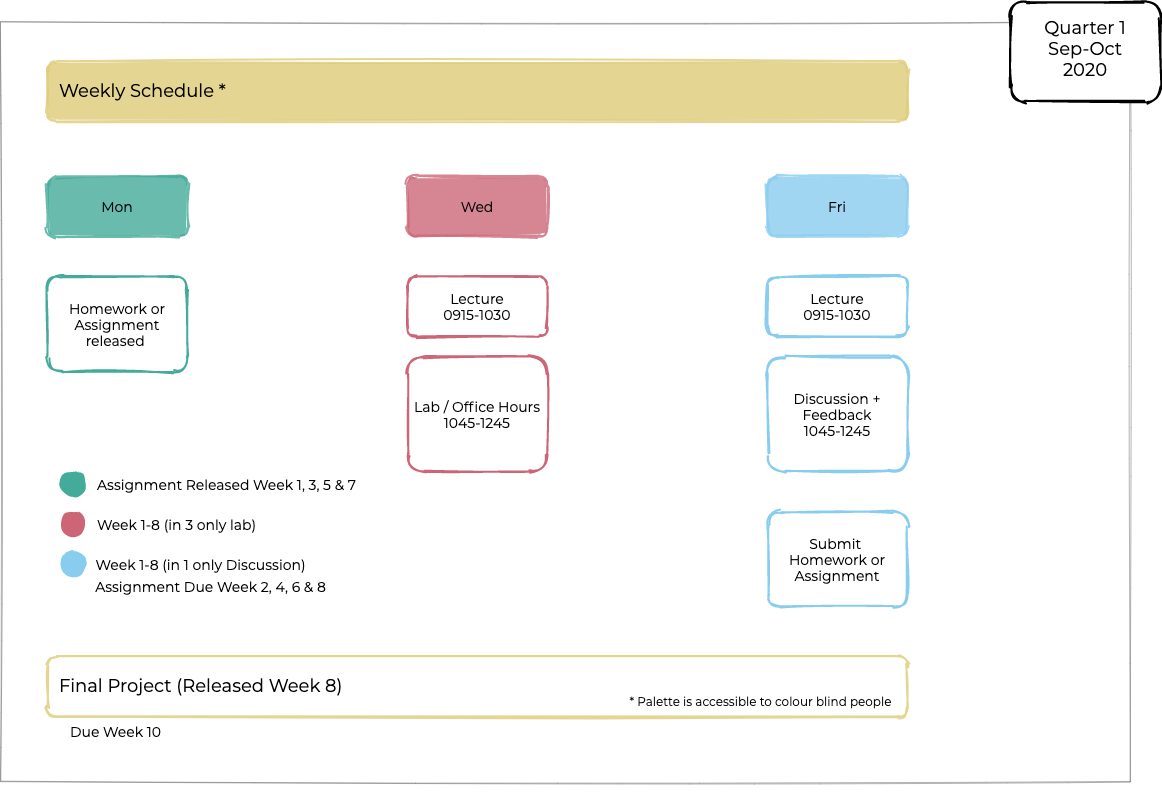
Above: content/courses/epa1316-2020/resources/schedule.png in trivikverma/researchgroup (draw.io), before the change. Source tidied: cells renumbered, new cells last; positions are measured from the earlier drawing's top-left corner, leaving out a move shared by most shapes.
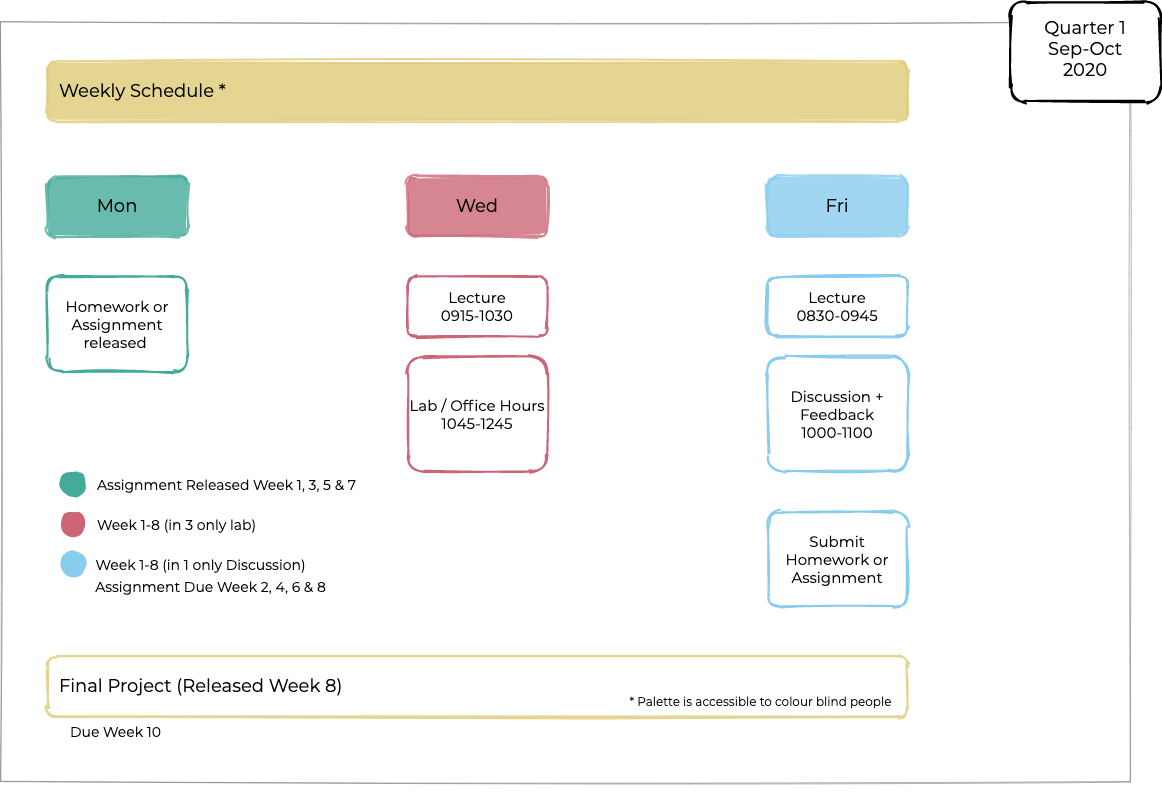
The same file after the commit.

The edit, as a diff of the source:
```diff
@@ -5,34 +5,34 @@
     <mxCell id="2" style="rounded=0;whiteSpace=wrap;html=1;shadow=0;glass=0;labelBackgroundColor=none;sketch=1;strokeWidth=1;fillColor=none;gradientColor=none;fontFamily=Montserrat;fontSize=14;fontColor=#000000;align=center;strokeColor=#666666;opacity=50;" parent="1" vertex="1">
       <mxGeometry y="20" width="1130" height="760" as="geometry" />
     </mxCell>
-    <mxCell id="3" value="Mon" style="rounded=1;whiteSpace=wrap;html=1;strokeWidth=2;fillWeight=4;hachureGap=8;hachureAngle=45;sketch=1;fontSize=14;shadow=0;glass=0;fillStyle=solid;opacity=80;strokeColor=#44AA99;fillColor=#44AA99;fontFamily=Montserrat;FType=g;" parent="1" vertex="1">
+    <mxCell id="3" value="Mon" style="rounded=1;whiteSpace=wrap;html=1;strokeWidth=2;fillWeight=4;hachureGap=8;hachureAngle=45;sketch=1;fontSize=18;shadow=0;glass=0;fillStyle=solid;opacity=80;strokeColor=#44AA99;fillColor=#44AA99;fontFamily=Montserrat;FType=g;" parent="1" vertex="1">
       <mxGeometry x="47" y="175" width="140" height="60" as="geometry" />
     </mxCell>
-    <mxCell id="4" value="Wed" style="rounded=1;whiteSpace=wrap;html=1;strokeWidth=2;fillWeight=4;hachureGap=8;hachureAngle=45;sketch=1;fontSize=14;fillStyle=solid;opacity=80;strokeColor=#CC6677;fillColor=#CC6677;fontFamily=Montserrat;FType=g;" parent="1" vertex="1">
+    <mxCell id="4" value="Wed" style="rounded=1;whiteSpace=wrap;html=1;strokeWidth=2;fillWeight=4;hachureGap=8;hachureAngle=45;sketch=1;fontSize=18;fillStyle=solid;opacity=80;strokeColor=#CC6677;fillColor=#CC6677;fontFamily=Montserrat;FType=g;" parent="1" vertex="1">
       <mxGeometry x="407" y="175" width="140" height="60" as="geometry" />
     </mxCell>
-    <mxCell id="5" value="Lab / Office Hours&lt;br style=&quot;font-size: 14px;&quot;&gt;1045-1245" style="rounded=1;whiteSpace=wrap;html=1;strokeWidth=2;fillWeight=4;hachureGap=8;hachureAngle=45;sketch=1;fontSize=14;fillStyle=solid;strokeColor=#CC6677;fontFamily=Montserrat;FType=g;fillColor=none;" parent="1" vertex="1">
+    <mxCell id="5" value="Lab / Office Hours&lt;br style=&quot;font-size: 15px;&quot;&gt;1045-1245" style="rounded=1;whiteSpace=wrap;html=1;strokeWidth=2;fillWeight=4;hachureGap=8;hachureAngle=45;sketch=1;fontSize=15;fillStyle=solid;strokeColor=#CC6677;fontFamily=Montserrat;FType=g;fillColor=none;" parent="1" vertex="1">
       <mxGeometry x="407" y="355" width="140" height="115" as="geometry" />
     </mxCell>
-    <mxCell id="6" value="Homework or Assignment released&amp;nbsp;" style="rounded=1;whiteSpace=wrap;html=1;strokeWidth=2;fillWeight=4;hachureGap=8;hachureAngle=45;sketch=1;fontSize=14;fillColor=none;strokeColor=#44AA99;fontFamily=Montserrat;FType=g;" parent="1" vertex="1">
+    <mxCell id="6" value="Homework or Assignment released&amp;nbsp;" style="rounded=1;whiteSpace=wrap;html=1;strokeWidth=2;fillWeight=4;hachureGap=8;hachureAngle=45;sketch=1;fontSize=15;fillColor=none;strokeColor=#44AA99;fontFamily=Montserrat;FType=g;" parent="1" vertex="1">
       <mxGeometry x="47" y="275" width="140" height="95" as="geometry" />
     </mxCell>
-    <mxCell id="7" value="Lecture&lt;br style=&quot;font-size: 14px;&quot;&gt;0915-1030" style="rounded=1;whiteSpace=wrap;html=1;strokeWidth=2;fillWeight=4;hachureGap=8;hachureAngle=45;sketch=1;fontSize=14;fillColor=none;strokeColor=#88CCEE;fontFamily=Montserrat;FType=g;" parent="1" vertex="1">
+    <mxCell id="7" value="Lecture&lt;br style=&quot;font-size: 15px;&quot;&gt;0830-0945" style="rounded=1;whiteSpace=wrap;html=1;strokeWidth=2;fillWeight=4;hachureGap=8;hachureAngle=45;sketch=1;fontSize=15;fillColor=none;strokeColor=#88CCEE;fontFamily=Montserrat;FType=g;" parent="1" vertex="1">
       <mxGeometry x="767" y="275" width="140" height="60" as="geometry" />
     </mxCell>
-    <mxCell id="8" value="Fri" style="rounded=1;whiteSpace=wrap;html=1;strokeWidth=2;fillWeight=4;hachureGap=8;hachureAngle=45;sketch=1;fontSize=14;fillStyle=solid;opacity=80;strokeColor=#88CCEE;fillColor=#88CCEE;fontFamily=Montserrat;FType=g;" parent="1" vertex="1">
+    <mxCell id="8" value="Fri" style="rounded=1;whiteSpace=wrap;html=1;strokeWidth=2;fillWeight=4;hachureGap=8;hachureAngle=45;sketch=1;fontSize=18;fillStyle=solid;opacity=80;strokeColor=#88CCEE;fillColor=#88CCEE;fontFamily=Montserrat;FType=g;" parent="1" vertex="1">
       <mxGeometry x="767" y="175" width="140" height="60" as="geometry" />
     </mxCell>
-    <mxCell id="9" value="Lecture&lt;br style=&quot;font-size: 14px;&quot;&gt;0915-1030" style="rounded=1;whiteSpace=wrap;html=1;strokeWidth=2;fillWeight=4;hachureGap=8;hachureAngle=45;sketch=1;fontSize=14;fillStyle=solid;strokeColor=#CC6677;fontFamily=Montserrat;FType=g;fillColor=none;" parent="1" vertex="1">
+    <mxCell id="9" value="Lecture&lt;br style=&quot;font-size: 15px;&quot;&gt;0915-1030" style="rounded=1;whiteSpace=wrap;html=1;strokeWidth=2;fillWeight=4;hachureGap=8;hachureAngle=45;sketch=1;fontSize=15;fillStyle=solid;strokeColor=#CC6677;fontFamily=Montserrat;FType=g;fillColor=none;" parent="1" vertex="1">
       <mxGeometry x="407" y="275" width="140" height="60" as="geometry" />
     </mxCell>
-    <mxCell id="10" value="Discussion + Feedback&lt;br style=&quot;font-size: 14px;&quot;&gt;1045-1245" style="rounded=1;whiteSpace=wrap;html=1;strokeWidth=2;fillWeight=4;hachureGap=8;hachureAngle=45;sketch=1;fontSize=14;fillStyle=solid;fillColor=none;strokeColor=#88CCEE;fontFamily=Montserrat;FType=g;" parent="1" vertex="1">
+    <mxCell id="10" value="Discussion + Feedback&lt;br style=&quot;font-size: 15px;&quot;&gt;1000-1100" style="rounded=1;whiteSpace=wrap;html=1;strokeWidth=2;fillWeight=4;hachureGap=8;hachureAngle=45;sketch=1;fontSize=15;fillStyle=solid;fillColor=none;strokeColor=#88CCEE;fontFamily=Montserrat;FType=g;" parent="1" vertex="1">
       <mxGeometry x="767" y="355" width="140" height="115" as="geometry" />
     </mxCell>
     <mxCell id="11" value="Weekly Schedule *&amp;nbsp;" style="rounded=1;whiteSpace=wrap;html=1;strokeWidth=2;fillWeight=4;hachureGap=8;hachureAngle=45;sketch=1;fontSize=18;shadow=0;glass=0;fillStyle=solid;strokeColor=#DDCC77;fillColor=#DDCC77;opacity=80;fontFamily=Montserrat;FType=g;align=left;labelBackgroundColor=none;labelBorderColor=none;spacingLeft=10;" parent="1" vertex="1">
       <mxGeometry x="47" y="60" width="860" height="60" as="geometry" />
     </mxCell>
-    <mxCell id="12" value="Submit &lt;br&gt;Homework or Assignment" style="rounded=1;whiteSpace=wrap;html=1;strokeWidth=2;fillWeight=4;hachureGap=8;hachureAngle=45;sketch=1;fontSize=14;fillStyle=solid;fillColor=none;strokeColor=#88CCEE;fontFamily=Montserrat;FType=g;" parent="1" vertex="1">
+    <mxCell id="12" value="Submit Homework or Assignment" style="rounded=1;whiteSpace=wrap;html=1;strokeWidth=2;fillWeight=4;hachureGap=8;hachureAngle=45;sketch=1;fontSize=15;fillStyle=solid;fillColor=none;strokeColor=#88CCEE;fontFamily=Montserrat;FType=g;" parent="1" vertex="1">
       <mxGeometry x="767" y="510" width="140" height="95" as="geometry" />
     </mxCell>
     <mxCell id="13" value="Week 1-8 (in 1 only Discussion)" style="text;html=1;align=center;verticalAlign=middle;fontSize=14;fontFamily=Montserrat;" parent="1" vertex="1">
@@ -71,11 +71,11 @@
     <mxCell id="24" value="Assignment Released Week 1, 3, 5 &amp;amp; 7" style="text;html=1;align=center;verticalAlign=middle;fontSize=14;fontFamily=Montserrat;" parent="1" vertex="1">
       <mxGeometry x="91" y="472.5" width="270" height="20" as="geometry" />
     </mxCell>
-    <mxCell id="25" style="shape=link;html=1;strokeColor=none;" parent="1" edge="1">
-      <mxGeometry relative="1" as="geometry">
-        <mxPoint x="477" y="800" as="sourcePoint" />
-        <mxPoint x="577" y="800" as="targetPoint" />
-      </mxGeometry>
-    </mxCell>
+    <mxCell id="26" style="endArrow=none;html=1;fontSize=15;strokeColor=none;" parent="1" edge="1">
+      <mxGeometry relative="1" as="geometry">
+        <mxPoint x="510" y="790" as="sourcePoint" />
+        <mxPoint x="570" y="790" as="targetPoint" />
+      </mxGeometry>
+    </mxCell>
   </root>
 </mxGraphModel>
```
